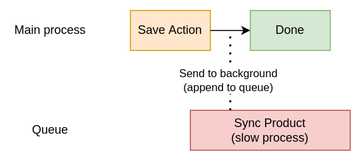
Above: docs/async-workflow.png in discorgento/module-queue (draw.io), before the change. Source tidied: cells renumbered, new cells last; positions are measured from the earlier drawing's top-left corner, leaving out a move shared by most shapes. Its diagram source:
```xml
<mxGraphModel>
  <root>
    <mxCell id="0" />
    <mxCell id="1" parent="0" />
    <mxCell id="2" value="Main process" style="text;html=1;strokeColor=none;fillColor=none;align=center;verticalAlign=middle;whiteSpace=wrap;rounded=0;" parent="1" vertex="1">
      <mxGeometry y="5" width="80" height="30" as="geometry" />
    </mxCell>
    <mxCell id="3" value="Save Action" style="rounded=0;whiteSpace=wrap;html=1;fillColor=#ffe6cc;strokeColor=#d79b00;" parent="1" vertex="1">
      <mxGeometry x="120" width="80" height="40" as="geometry" />
    </mxCell>
    <mxCell id="4" value="Sync Product&lt;br&gt;(slow process)" style="rounded=0;whiteSpace=wrap;html=1;fillColor=#f8cecc;strokeColor=#b85450;" parent="1" vertex="1">
      <mxGeometry x="180" y="100" width="160" height="40" as="geometry" />
    </mxCell>
    <mxCell id="5" value="Done" style="rounded=0;whiteSpace=wrap;html=1;fillColor=#d5e8d4;strokeColor=#82b366;" parent="1" vertex="1">
      <mxGeometry x="240" width="80" height="40" as="geometry" />
    </mxCell>
    <mxCell id="6" style="endArrow=classic;html=1;rounded=0;entryX=0;entryY=0.5;entryDx=0;entryDy=0;exitX=1;exitY=0.5;exitDx=0;exitDy=0;" parent="1" edge="1" source="3" target="5">
      <mxGeometry relative="1" as="geometry" />
    </mxCell>
    <mxCell id="7" style="endArrow=none;dashed=1;html=1;dashPattern=1 3;strokeWidth=2;rounded=0;exitX=0.25;exitY=0;exitDx=0;exitDy=0;" parent="1" edge="1" source="4">
      <mxGeometry relative="1" as="geometry">
        <mxPoint x="220" y="20" as="targetPoint" />
      </mxGeometry>
    </mxCell>
    <mxCell id="8" value="Send to background&lt;br&gt;(append to queue)" style="edgeLabel;html=1;align=center;verticalAlign=middle;" parent="7" vertex="1">
      <mxGeometry x="-0.44" y="2" relative="1" as="geometry">
        <mxPoint x="-1" y="-9" as="offset" />
      </mxGeometry>
    </mxCell>
    <mxCell id="9" value="Queue" style="text;html=1;strokeColor=none;fillColor=none;align=center;verticalAlign=middle;whiteSpace=wrap;rounded=0;" parent="1" vertex="1">
      <mxGeometry y="105" width="80" height="30" as="geometry" />
    </mxCell>
  </root>
</mxGraphModel>
```
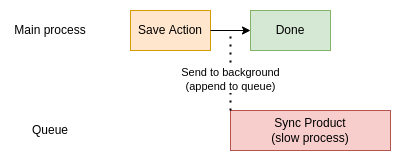
The same file after the commit.

Change to the diagram source:
```diff
@@ -9,7 +9,7 @@
       <mxGeometry x="120" width="80" height="40" as="geometry" />
     </mxCell>
     <mxCell id="4" value="Sync Product&lt;br&gt;(slow process)" style="rounded=0;whiteSpace=wrap;html=1;fillColor=#f8cecc;strokeColor=#b85450;" parent="1" vertex="1">
-      <mxGeometry x="180" y="100" width="160" height="40" as="geometry" />
+      <mxGeometry x="220" y="100" width="160" height="40" as="geometry" />
     </mxCell>
     <mxCell id="5" value="Done" style="rounded=0;whiteSpace=wrap;html=1;fillColor=#d5e8d4;strokeColor=#82b366;" parent="1" vertex="1">
       <mxGeometry x="240" width="80" height="40" as="geometry" />
@@ -17,14 +17,14 @@
     <mxCell id="6" style="endArrow=classic;html=1;rounded=0;entryX=0;entryY=0.5;entryDx=0;entryDy=0;exitX=1;exitY=0.5;exitDx=0;exitDy=0;" parent="1" edge="1" source="3" target="5">
       <mxGeometry relative="1" as="geometry" />
     </mxCell>
-    <mxCell id="7" style="endArrow=none;dashed=1;html=1;dashPattern=1 3;strokeWidth=2;rounded=0;exitX=0.25;exitY=0;exitDx=0;exitDy=0;" parent="1" edge="1" source="4">
+    <mxCell id="7" style="endArrow=none;dashed=1;html=1;dashPattern=1 3;strokeWidth=2;rounded=0;exitX=0;exitY=0;exitDx=0;exitDy=0;" parent="1" edge="1" source="4">
       <mxGeometry relative="1" as="geometry">
         <mxPoint x="220" y="20" as="targetPoint" />
       </mxGeometry>
     </mxCell>
     <mxCell id="8" value="Send to background&lt;br&gt;(append to queue)" style="edgeLabel;html=1;align=center;verticalAlign=middle;" parent="7" vertex="1">
       <mxGeometry x="-0.44" y="2" relative="1" as="geometry">
-        <mxPoint x="-1" y="-9" as="offset" />
+        <mxPoint x="2" y="-9" as="offset" />
       </mxGeometry>
     </mxCell>
     <mxCell id="9" value="Queue" style="text;html=1;strokeColor=none;fillColor=none;align=center;verticalAlign=middle;whiteSpace=wrap;rounded=0;" parent="1" vertex="1">
```
